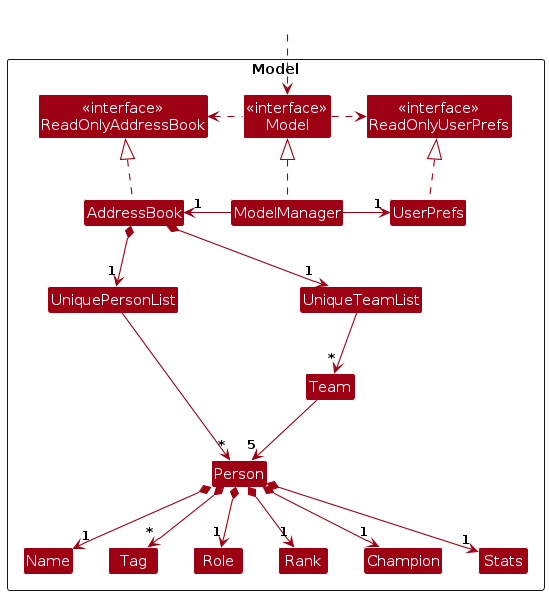
Above: diagrams/BetterModelClassDiagram.png in AY2526S1-CS2103T-F08b-1/tp (PlantUML), before the change. Its source is kept beside it as diagrams/BetterModelClassDiagram.puml.
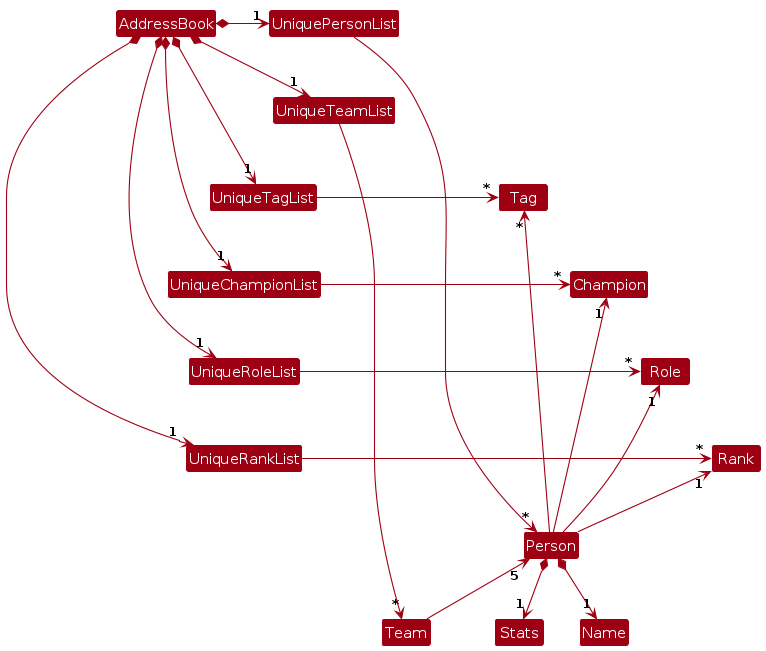
The same diagram one commit later.

What changed in the source:
```diff
@@ -4,57 +4,34 @@
 skinparam arrowColor MODEL_COLOR
 skinparam classBackgroundColor MODEL_COLOR
 
-Package Model as ModelPackage <<Rectangle>>{
-Class "<<interface>>\nReadOnlyAddressBook" as ReadOnlyAddressBook
-Class "<<interface>>\nReadOnlyUserPrefs" as ReadOnlyUserPrefs
-Class "<<interface>>\nModel" as Model
-Class AddressBook
-Class ModelManager
-Class UserPrefs
+AddressBook *-right-> "1" UniquePersonList
+AddressBook *-right-> "1" UniqueTeamList
+AddressBook *-right-> "1" UniqueTagList
+AddressBook *-right-> "1" UniqueChampionList
+AddressBook *-right-> "1" UniqueRoleList
+AddressBook *-right-> "1" UniqueRankList
 
-Class UniquePersonList
-Class Person
-Class Name
-Class Tag
-Class Role
-Class Rank
-Class Champion
-Class Stats
-Class UniqueTeamList
-Class Team
-Class I #FFFFFF
-}
+UniquePersonList -[hidden]down- UniqueTeamList
+UniqueTeamList -[hidden]down- UniqueTagList
+UniqueTagList -[hidden]down- UniqueChampionList
+UniqueChampionList -[hidden]down- UniqueRoleList
+UniqueRoleList -[hidden]down- UniqueRankList
 
-Class HiddenOutside #FFFFFF
-HiddenOutside ..> Model
-
-AddressBook .up.|> ReadOnlyAddressBook
-
-ModelManager .up.|> Model
-Model .right.> ReadOnlyUserPrefs
-Model .left.> ReadOnlyAddressBook
-ModelManager -left-> "1" AddressBook
-ModelManager -right-> "1" UserPrefs
-UserPrefs .up.|> ReadOnlyUserPrefs
-
-AddressBook *--> "1" UniquePersonList
-
-
-Person -[hidden]up--> I
-UniquePersonList -[hidden]right-> I
-
-AddressBook *--> "1" UniqueTeamList
-
-UniquePersonList --> "*" Person
-UniqueTeamList -down-> "*" Team
-
-Person *--> "*" Tag
+UniquePersonList -right-> "*" Person
+UniqueTeamList -right-> "*" Team
+UniqueTagList -right-> "*" Tag
+UniqueChampionList -right-> "*" Champion
+UniqueRoleList -right-> "*" Role
+UniqueRankList -right-> "*" Rank
 
 Person *--> "1" Name
-Person *--> "1" Role
-Person *--> "1" Rank
-Person *--> "1" Champion
 Person *--> "1" Stats
 
-Team --right> "5" Person
+Person -up-> "*" Tag
+Person -up-> "1" Champion
+Person -up-> "1" Role
+Person -up-> "1" Rank
+
+Team -up-> "5" Person
+
 @enduml
```
